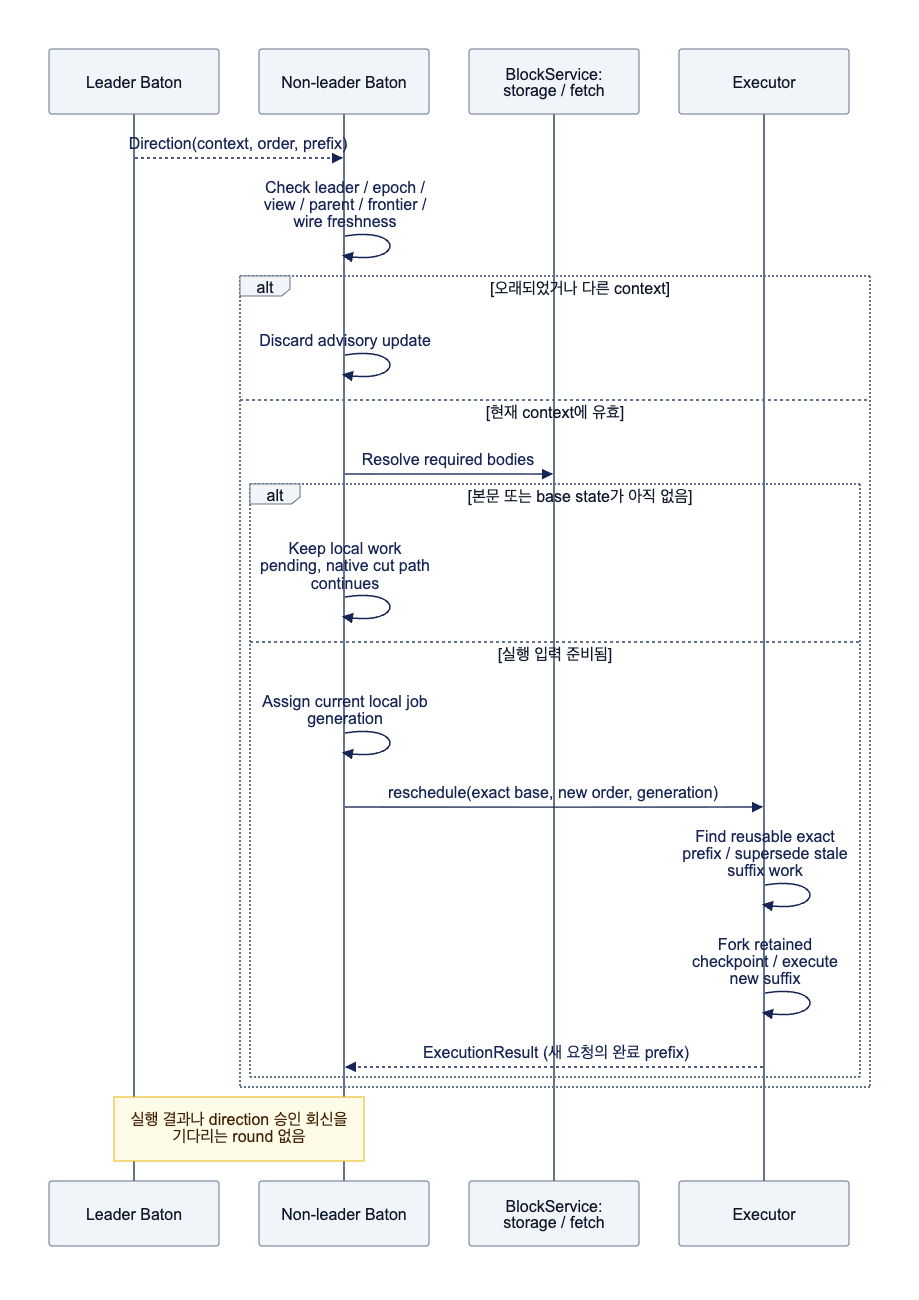
Before: docs/assets/diagrams/diagram-07.png, a diagram exported from Mermaid (djm07073/baton-research). Its source is kept beside it as docs/assets/diagrams/diagram-07.mmd. Source of this version:
```mermaid
sequenceDiagram
    participant L as Leader Baton
    participant B as Non-leader Baton
    participant S as BlockService: storage / fetch
    participant E as Executor
    L-->>B: Direction(context, order, prefix)
    B->>B: Check leader / epoch / view / parent / frontier / wire freshness
    alt 오래되었거나 다른 context
        B->>B: Discard advisory update
    else 현재 context에 유효
        B->>S: Resolve required bodies
        alt 본문 또는 base state가 아직 없음
            B->>B: Keep local work pending, native cut path continues
        else 실행 입력 준비됨
            B->>B: Assign current local job generation
            B->>E: reschedule(exact base, new order, generation)
            E->>E: Find reusable exact prefix / supersede stale suffix work
            E->>E: Fork retained checkpoint / execute new suffix
            E-->>B: ExecutionResult (새 요청의 완료 prefix)
        end
    end
    Note over L,B: 실행 결과나 direction 승인 회신을 기다리는 round 없음
```
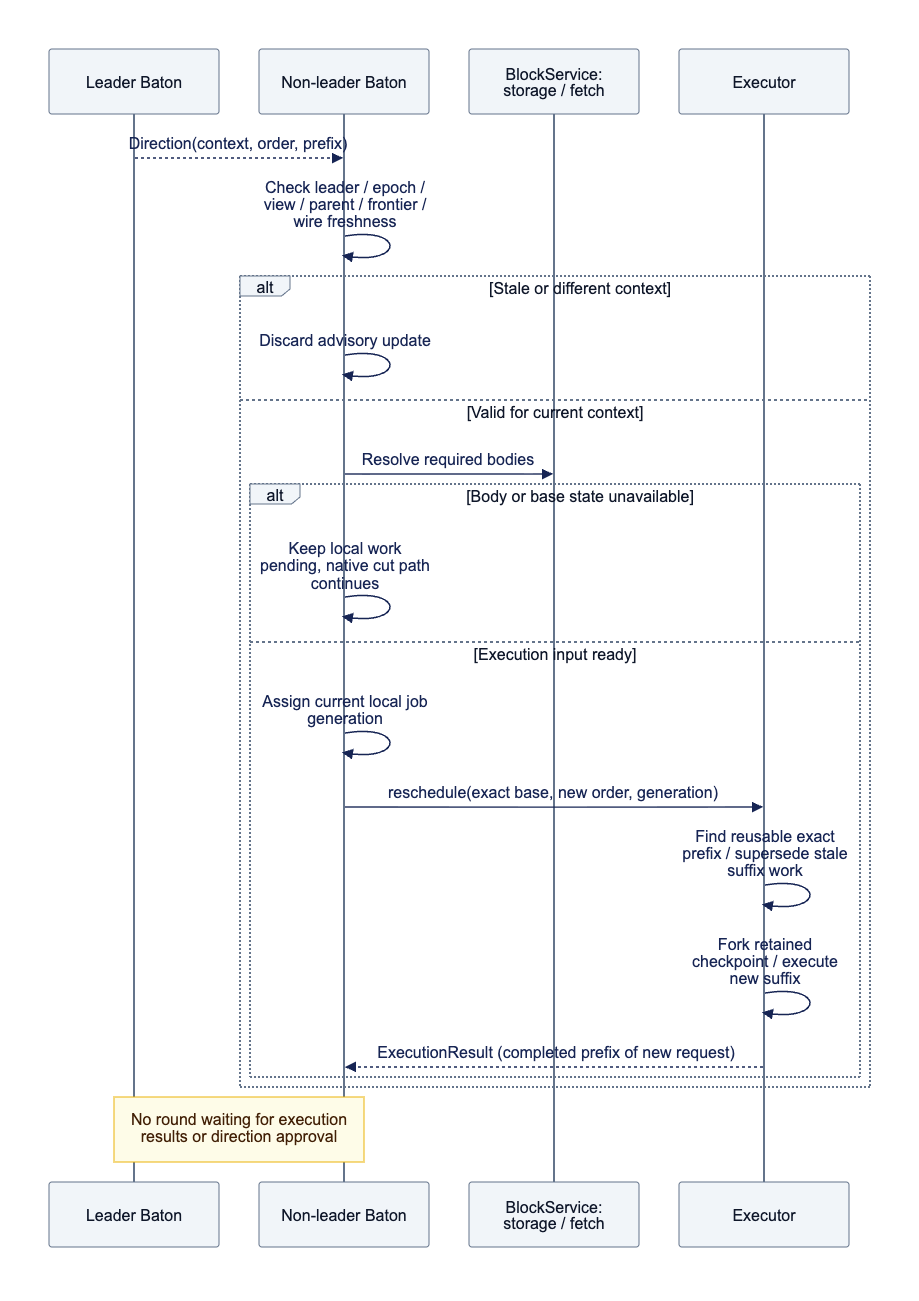
Above is the later version.

What changed in the source:
```diff
@@ -5,18 +5,18 @@
     participant E as Executor
     L-->>B: Direction(context, order, prefix)
     B->>B: Check leader / epoch / view / parent / frontier / wire freshness
-    alt 오래되었거나 다른 context
+    alt Stale or different context
         B->>B: Discard advisory update
-    else 현재 context에 유효
+    else Valid for current context
         B->>S: Resolve required bodies
-        alt 본문 또는 base state가 아직 없음
+        alt Body or base state unavailable
             B->>B: Keep local work pending, native cut path continues
-        else 실행 입력 준비됨
+        else Execution input ready
             B->>B: Assign current local job generation
             B->>E: reschedule(exact base, new order, generation)
             E->>E: Find reusable exact prefix / supersede stale suffix work
             E->>E: Fork retained checkpoint / execute new suffix
-            E-->>B: ExecutionResult (새 요청의 완료 prefix)
+            E-->>B: ExecutionResult (completed prefix of new request)
         end
     end
-    Note over L,B: 실행 결과나 direction 승인 회신을 기다리는 round 없음
+    Note over L,B: No round waiting for execution results or direction approval
```
